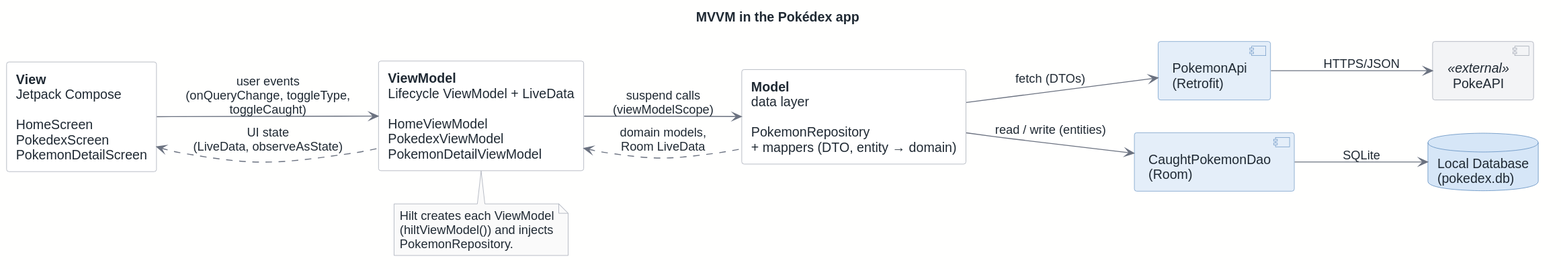
The PlantUML diagram docs/architecture/out/mvvm.svg in rodrigo4sousa/Pokedex, before a commit.
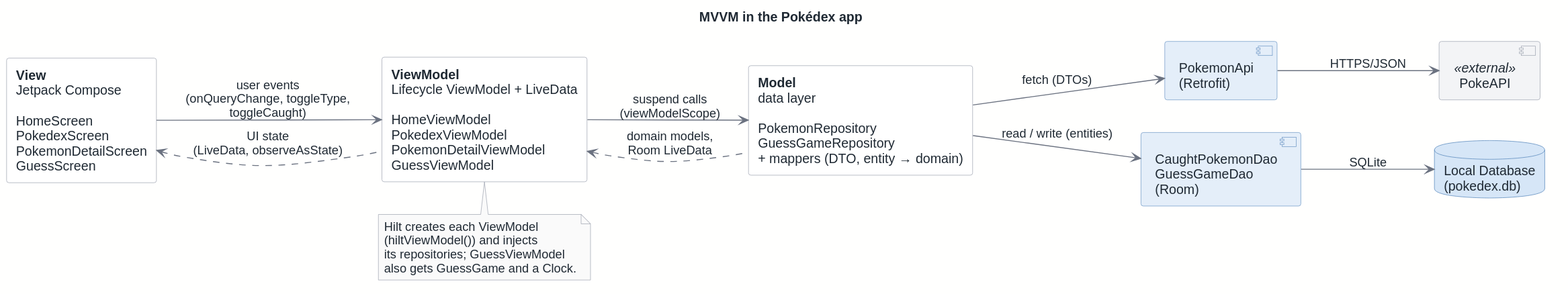
The same diagram one commit later.

The edit, as a diff of the source:
```diff
@@ -4,11 +4,11 @@
 title MVVM in the Pokédex app
 left to right direction
 
-rectangle "**View**\nJetpack Compose\n\nHomeScreen\nPokedexScreen\nPokemonDetailScreen" as View
-rectangle "**ViewModel**\nLifecycle ViewModel + LiveData\n\nHomeViewModel\nPokedexViewModel\nPokemonDetailViewModel" as ViewModel
-rectangle "**Model**\ndata layer\n\nPokemonRepository\n+ mappers (DTO, entity → domain)" as Repository
+rectangle "**View**\nJetpack Compose\n\nHomeScreen\nPokedexScreen\nPokemonDetailScreen\nGuessScreen" as View
+rectangle "**ViewModel**\nLifecycle ViewModel + LiveData\n\nHomeViewModel\nPokedexViewModel\nPokemonDetailViewModel\nGuessViewModel" as ViewModel
+rectangle "**Model**\ndata layer\n\nPokemonRepository\nGuessGameRepository\n+ mappers (DTO, entity → domain)" as Repository
 component "PokemonApi\n(Retrofit)" as PokemonApi
-component "CaughtPokemonDao\n(Room)" as Dao
+component "CaughtPokemonDao\nGuessGameDao\n(Room)" as Dao
 component "PokeAPI" <<external>> as PokeAPI
 database "Local Database\n(pokedex.db)" as LocalDb
 
@@ -24,6 +24,7 @@
 note bottom of ViewModel
   Hilt creates each ViewModel
   (hiltViewModel()) and injects
-  PokemonRepository.
+  its repositories; GuessViewModel
+  also gets GuessGame and a Clock.
 end note
 @enduml
```
